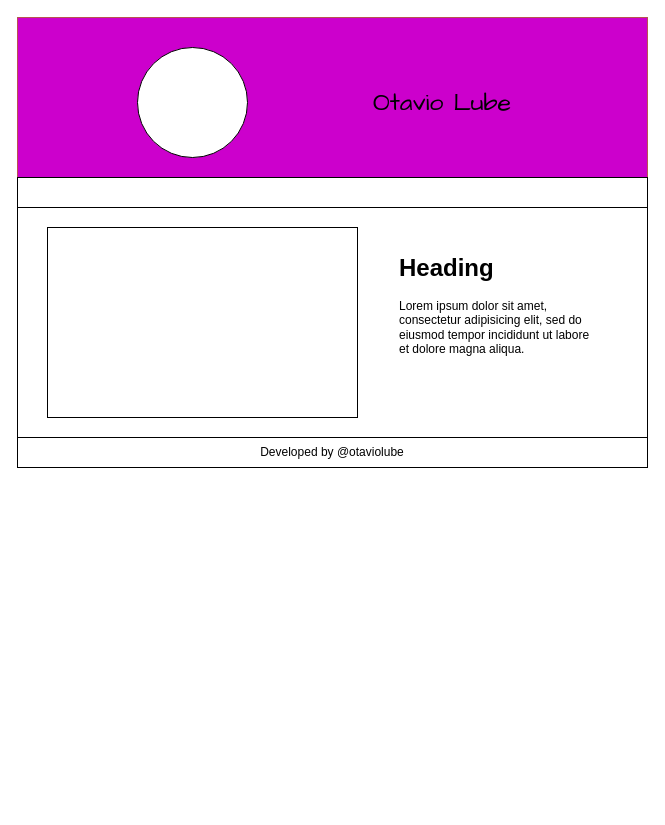
Before: wireframe/wireframe.drawio in otaviolube/aula19082024devwebi, a draw.io diagram. Source tidied: cells renumbered, new cells numbered last; positions are measured from the earlier drawing's top-left corner, leaving out a move shared by most shapes. Both pictures are drawn from the tidied source at 100%, with x=0, y=0 at pixel (17, 17). Pictures stored in the file or linked from it are replaced by grey dashed boxes.
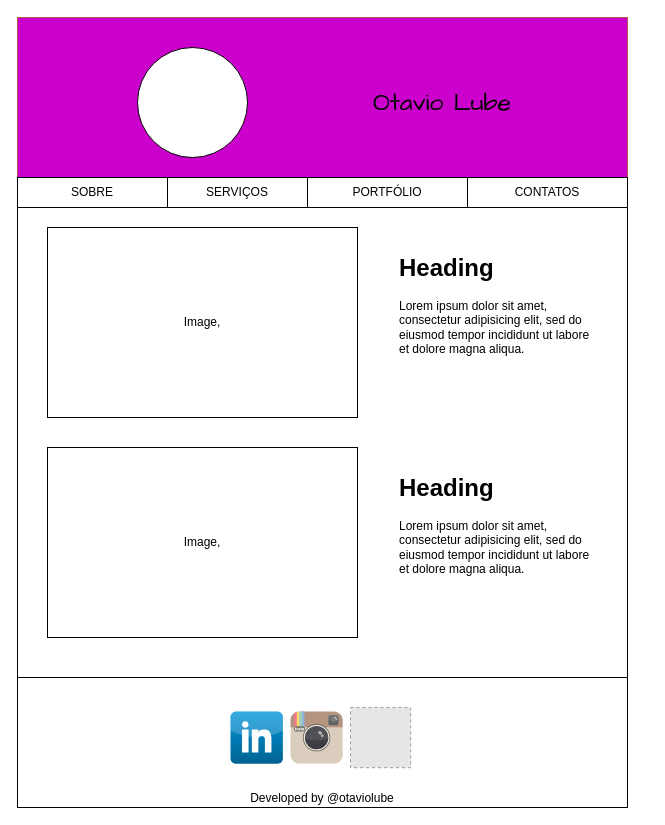
The same page after the edit.

Change to the diagram source:
```diff
@@
 <mxGraphModel>
   <root>
     <mxCell id="0" />
     <mxCell id="1" parent="0" />
     <mxCell id="2" style="rounded=0;whiteSpace=wrap;html=1;" parent="1" vertex="1">
-      <mxGeometry width="630" height="450" as="geometry" />
+      <mxGeometry width="610" height="660" as="geometry" />
     </mxCell>
     <mxCell id="3" style="rounded=0;whiteSpace=wrap;html=1;fillColor=#CC00CC;strokeColor=#b85450;" parent="1" vertex="1">
-      <mxGeometry width="630" height="160" as="geometry" />
+      <mxGeometry width="610" height="160" as="geometry" />
     </mxCell>
     <mxCell id="4" style="ellipse;whiteSpace=wrap;html=1;" parent="1" vertex="1">
       <mxGeometry x="120" y="30" width="110" height="110" as="geometry" />
     </mxCell>
     <mxCell id="5" value="Otavio Lube" style="text;html=1;align=center;verticalAlign=middle;whiteSpace=wrap;rounded=0;fontFamily=Comic Sans MS;fontSize=25;" parent="1" vertex="1">
       <mxGeometry x="330" y="70" width="190" height="30" as="geometry" />
     </mxCell>
     <mxCell id="6" style="rounded=0;whiteSpace=wrap;html=1;" parent="1" vertex="1">
-      <mxGeometry y="160" width="630" height="30" as="geometry" />
+      <mxGeometry y="160" width="610" height="30" as="geometry" />
     </mxCell>
-    <mxCell id="7" value="Developed by @otaviolube" style="rounded=0;whiteSpace=wrap;html=1;" parent="1" vertex="1">
-      <mxGeometry y="420" width="630" height="30" as="geometry" />
+    <mxCell id="7" value="Developed by @otaviolube" style="rounded=0;whiteSpace=wrap;html=1;verticalAlign=bottom;" parent="1" vertex="1">
+      <mxGeometry y="660" width="610" height="130" as="geometry" />
     </mxCell>
     <mxCell id="8" value="&lt;h1 style=&quot;margin-top: 0px;&quot;&gt;Heading&lt;/h1&gt;&lt;p&gt;Lorem ipsum dolor sit amet, consectetur adipisicing elit, sed do eiusmod tempor incididunt ut labore et dolore magna aliqua.&lt;/p&gt;" style="text;html=1;whiteSpace=wrap;overflow=hidden;rounded=0;" parent="1" vertex="1">
       <mxGeometry x="380" y="230" width="200" height="150" as="geometry" />
     </mxCell>
-    <mxCell id="9" style="rounded=0;whiteSpace=wrap;html=1;" parent="1" vertex="1">
+    <mxCell id="9" value="Image," style="rounded=0;whiteSpace=wrap;html=1;" parent="1" vertex="1">
       <mxGeometry x="30" y="210" width="310" height="190" as="geometry" />
     </mxCell>
+    <mxCell id="10" value="SOBRE" style="rounded=0;whiteSpace=wrap;html=1;" parent="1" vertex="1">
+      <mxGeometry y="160" width="150" height="30" as="geometry" />
+    </mxCell>
+    <mxCell id="11" value="SERVIÇOS" style="rounded=0;whiteSpace=wrap;html=1;" parent="1" vertex="1">
+      <mxGeometry x="150" y="160" width="140" height="30" as="geometry" />
+    </mxCell>
+    <mxCell id="12" value="PORTFÓLIO" style="rounded=0;whiteSpace=wrap;html=1;" parent="1" vertex="1">
+      <mxGeometry x="290" y="160" width="160" height="30" as="geometry" />
+    </mxCell>
+    <mxCell id="13" value="CONTATOS" style="rounded=0;whiteSpace=wrap;html=1;" parent="1" vertex="1">
+      <mxGeometry x="450" y="160" width="160" height="30" as="geometry" />
+    </mxCell>
+    <mxCell id="14" style="dashed=0;html=1;align=center;labelPosition=center;verticalLabelPosition=bottom;verticalAlign=top;shape=mxgraph.webicons.linkedin;fillColor=#0095DB;gradientColor=#006391;" parent="1" vertex="1">
+      <mxGeometry x="213" y="693.9" width="52.4" height="52.4" as="geometry" />
+    </mxCell>
+    <mxCell id="15" style="dashed=0;html=1;align=center;labelPosition=center;verticalLabelPosition=bottom;verticalAlign=top;shape=mxgraph.weblogos.instagram;fillColor=#6FC0E4;gradientColor=#1E305B;" parent="1" vertex="1">
+      <mxGeometry x="273" y="693.9" width="52.2" height="52.2" as="geometry" />
+    </mxCell>
+    <mxCell id="16" style="fillColor=#E6E6E6;strokeColor=#999999;dashed=1;html=1;verticalAlign=top;verticalLabelPosition=bottom;labelBackgroundColor=#ffffff;" parent="1" vertex="1">
+      <mxGeometry x="333" y="690" width="60.2" height="60.2" as="geometry" />
+    </mxCell>
+    <mxCell id="17" value="&lt;h1 style=&quot;margin-top: 0px;&quot;&gt;Heading&lt;/h1&gt;&lt;p&gt;Lorem ipsum dolor sit amet, consectetur adipisicing elit, sed do eiusmod tempor incididunt ut labore et dolore magna aliqua.&lt;/p&gt;" style="text;html=1;whiteSpace=wrap;overflow=hidden;rounded=0;" parent="1" vertex="1">
+      <mxGeometry x="380" y="450" width="200" height="150" as="geometry" />
+    </mxCell>
+    <mxCell id="18" value="Image," style="rounded=0;whiteSpace=wrap;html=1;" parent="1" vertex="1">
+      <mxGeometry x="30" y="430" width="310" height="190" as="geometry" />
+    </mxCell>
   </root>
 </mxGraphModel>
```
